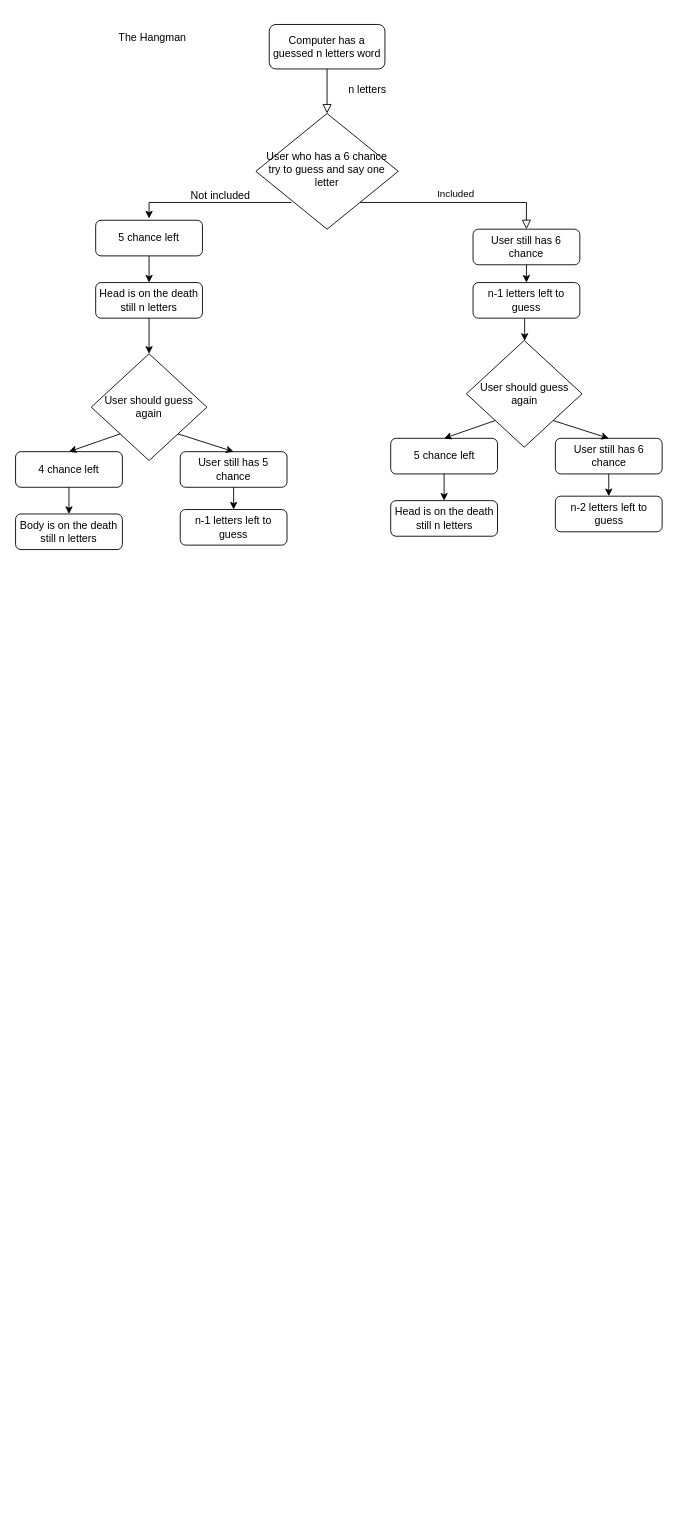
arzuunr/100_day_challenge keeps this draw.io diagram as beginner_projects/Untitled Diagram.drawio. Above is the earlier version. Source tidied: cells renumbered, new cells numbered last; positions are measured from the earlier drawing's top-left corner, leaving out a move shared by most shapes. Both pictures are drawn from the tidied source at 89%, with x=0, y=0 at pixel (15, 15).
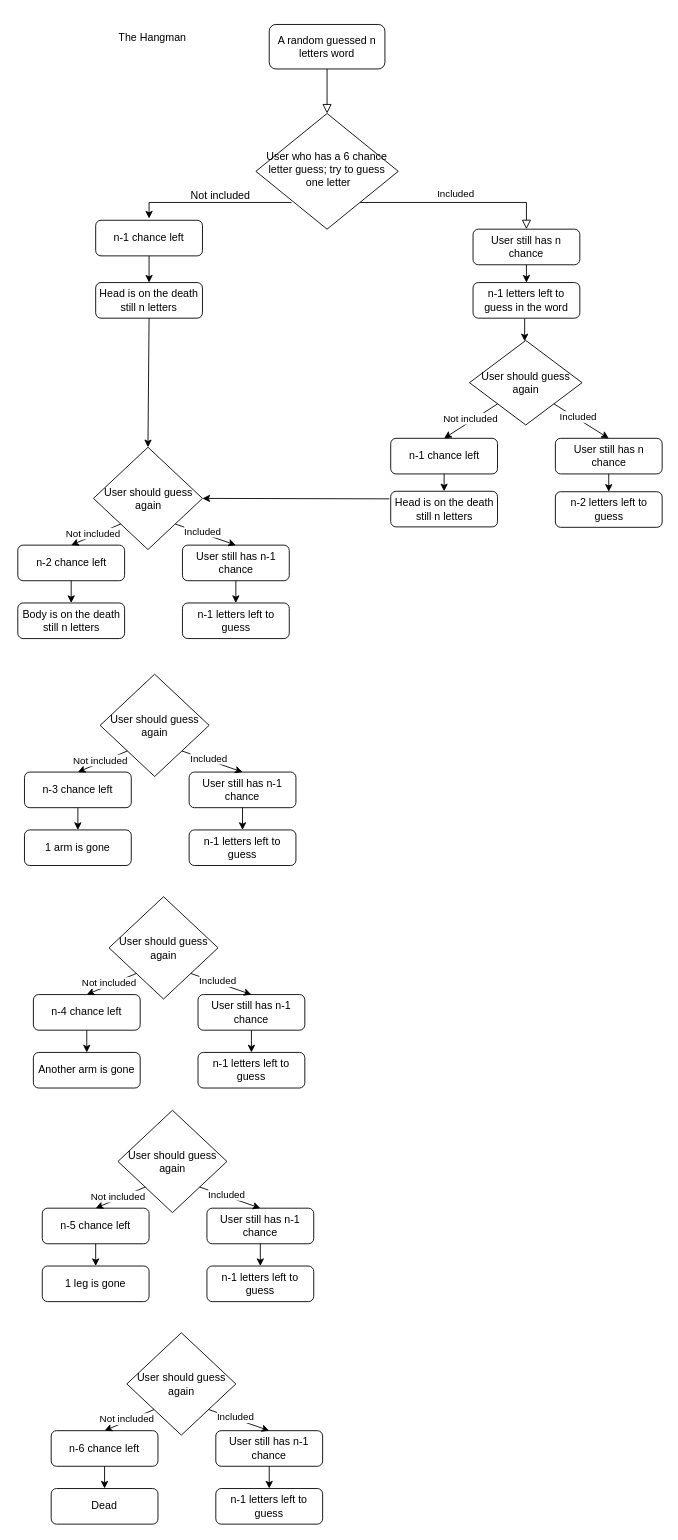
The same page after the edit.

The change refers to these unchanged cells:
```xml
<mxCell id="10" value="Head is on the death still n letters" style="rounded=1;whiteSpace=wrap;html=1;" parent="1" vertex="1">
  <mxGeometry x="90" y="300" width="120" height="40" as="geometry" />
</mxCell>
<mxCell id="24" style="endArrow=classic;html=1;rounded=0;entryX=0.5;entryY=0;entryDx=0;entryDy=0;exitX=1;exitY=1;exitDx=0;exitDy=0;" parent="1" edge="1" source="12" target="18">
  <mxGeometry relative="1" as="geometry" />
</mxCell>
<mxCell id="25" style="endArrow=classic;html=1;rounded=0;exitX=0;exitY=1;exitDx=0;exitDy=0;entryX=0.5;entryY=0;entryDx=0;entryDy=0;" parent="1" edge="1" source="12" target="21">
  <mxGeometry relative="1" as="geometry" />
</mxCell>
<mxCell id="33" style="endArrow=classic;html=1;rounded=0;entryX=0.5;entryY=0;entryDx=0;entryDy=0;exitX=1;exitY=1;exitDx=0;exitDy=0;" parent="1" edge="1" source="26" target="27">
  <mxGeometry relative="1" as="geometry" />
</mxCell>
<mxCell id="34" style="endArrow=classic;html=1;rounded=0;exitX=0;exitY=1;exitDx=0;exitDy=0;entryX=0.5;entryY=0;entryDx=0;entryDy=0;" parent="1" edge="1" source="26" target="30">
  <mxGeometry relative="1" as="geometry" />
</mxCell>
```

What changed in the source:
```diff
@@
-    <mxCell id="3" value="Computer has a guessed n letters word" style="rounded=1;whiteSpace=wrap;html=1;fontSize=12;glass=0;strokeWidth=1;shadow=0;" parent="1" vertex="1">
+    <mxCell id="3" value="A random guessed n letters word" style="rounded=1;whiteSpace=wrap;html=1;fontSize=12;glass=0;strokeWidth=1;shadow=0;" parent="1" vertex="1">
       <mxGeometry x="285" y="10" width="130" height="50" as="geometry" />
     </mxCell>
@@
-    <mxCell id="5" value="User who has a 6 chance try to guess and say one letter" style="rhombus;whiteSpace=wrap;html=1;shadow=0;fontFamily=Helvetica;fontSize=12;align=center;strokeWidth=1;spacing=6;spacingTop=-4;" parent="1" vertex="1">
+    <mxCell id="5" value="User who has a 6 chance letter guess; try to guess &amp;nbsp;one letter" style="rhombus;whiteSpace=wrap;html=1;shadow=0;fontFamily=Helvetica;fontSize=12;align=center;strokeWidth=1;spacing=6;spacingTop=-4;" parent="1" vertex="1">
       <mxGeometry x="270" y="110" width="160" height="130" as="geometry" />
     </mxCell>
-    <mxCell id="6" value="User still has 6 chance" style="rounded=1;whiteSpace=wrap;html=1;fontSize=12;glass=0;strokeWidth=1;shadow=0;" parent="1" vertex="1">
+    <mxCell id="6" value="User still has n chance" style="rounded=1;whiteSpace=wrap;html=1;fontSize=12;glass=0;strokeWidth=1;shadow=0;" parent="1" vertex="1">
       <mxGeometry x="514" y="240" width="120" height="40" as="geometry" />
     </mxCell>
@@
-    <mxCell id="8" value="5 chance left" style="rounded=1;whiteSpace=wrap;html=1;" parent="1" vertex="1">
+    <mxCell id="8" value="n-1 chance left" style="rounded=1;whiteSpace=wrap;html=1;" parent="1" vertex="1">
       <mxGeometry x="90" y="230" width="120" height="40" as="geometry" />
     </mxCell>
@@
     <mxCell id="12" value="User should guess again" style="rhombus;whiteSpace=wrap;html=1;" parent="1" vertex="1">
-      <mxGeometry x="85" y="380" width="130" height="120" as="geometry" />
+      <mxGeometry x="87.5" y="485" width="122.5" height="115" as="geometry" />
     </mxCell>
-    <mxCell id="13" style="endArrow=classic;html=1;rounded=0;entryX=0.5;entryY=0;entryDx=0;entryDy=0;" parent="1" edge="1" target="12">
-      <mxGeometry relative="1" as="geometry">
-        <mxPoint x="150" y="340" as="sourcePoint" />
-      </mxGeometry>
-    </mxCell>
@@
-    <mxCell id="15" value="n-1 letters left to guess" style="rounded=1;whiteSpace=wrap;html=1;" parent="1" vertex="1">
+    <mxCell id="15" value="n-1 letters left to guess in the word" style="rounded=1;whiteSpace=wrap;html=1;" parent="1" vertex="1">
       <mxGeometry x="514" y="300" width="120" height="40" as="geometry" />
     </mxCell>
@@
-    <mxCell id="17" value="n letters" style="text;html=1;align=center;verticalAlign=middle;strokeColor=none;fillColor=none;" parent="1" vertex="1">
-      <mxGeometry x="360" y="68" width="70" height="30" as="geometry" />
-    </mxCell>
-    <mxCell id="18" value="User still has 5 chance" style="rounded=1;whiteSpace=wrap;html=1;fontSize=12;glass=0;strokeWidth=1;shadow=0;" parent="1" vertex="1">
-      <mxGeometry x="185" y="490" width="120" height="40" as="geometry" />
+    <mxCell id="18" value="User still has n-1 chance" style="rounded=1;whiteSpace=wrap;html=1;fontSize=12;glass=0;strokeWidth=1;shadow=0;" parent="1" vertex="1">
+      <mxGeometry x="187.5" y="595" width="120" height="40" as="geometry" />
     </mxCell>
     <mxCell id="19" value="n-1 letters left to guess" style="rounded=1;whiteSpace=wrap;html=1;" parent="1" vertex="1">
-      <mxGeometry x="185" y="555" width="120" height="40" as="geometry" />
+      <mxGeometry x="187.5" y="660" width="120" height="40" as="geometry" />
     </mxCell>
@@
-    <mxCell id="21" value="4 chance left" style="rounded=1;whiteSpace=wrap;html=1;" parent="1" vertex="1">
-      <mxGeometry y="490" width="120" height="40" as="geometry" />
+    <mxCell id="21" value="n-2 chance left" style="rounded=1;whiteSpace=wrap;html=1;" parent="1" vertex="1">
+      <mxGeometry x="2.5" y="595" width="120" height="40" as="geometry" />
     </mxCell>
     <mxCell id="22" value="Body is on the death still n letters" style="rounded=1;whiteSpace=wrap;html=1;" parent="1" vertex="1">
-      <mxGeometry y="560" width="120" height="40" as="geometry" />
+      <mxGeometry x="2.5" y="660" width="120" height="40" as="geometry" />
     </mxCell>
     <mxCell id="23" style="endArrow=classic;html=1;rounded=0;entryX=0.5;entryY=0;entryDx=0;entryDy=0;" parent="1" edge="1" target="22">
       <mxGeometry relative="1" as="geometry">
-        <mxPoint x="60" y="530" as="sourcePoint" />
+        <mxPoint x="62.5" y="635" as="sourcePoint" />
       </mxGeometry>
     </mxCell>
@@
+    <mxCell id="36" value="Included" style="edgeLabel;html=1;align=center;verticalAlign=middle;" parent="24" vertex="1">
+      <mxGeometry x="-0.14" y="2" relative="1" as="geometry" />
+    </mxCell>
@@
+    <mxCell id="37" value="Not included" style="edgeLabel;html=1;align=center;verticalAlign=middle;" parent="25" vertex="1">
+      <mxGeometry x="0.14" y="-3" relative="1" as="geometry">
+        <mxPoint x="1" as="offset" />
+      </mxGeometry>
+    </mxCell>
     <mxCell id="26" value="User should guess again" style="rhombus;whiteSpace=wrap;html=1;" parent="1" vertex="1">
-      <mxGeometry x="506.5" y="365" width="130" height="120" as="geometry" />
+      <mxGeometry x="510" y="365" width="126.5" height="95" as="geometry" />
     </mxCell>
-    <mxCell id="27" value="User still has 6 chance" style="rounded=1;whiteSpace=wrap;html=1;fontSize=12;glass=0;strokeWidth=1;shadow=0;" parent="1" vertex="1">
+    <mxCell id="27" value="User still has n chance" style="rounded=1;whiteSpace=wrap;html=1;fontSize=12;glass=0;strokeWidth=1;shadow=0;" parent="1" vertex="1">
       <mxGeometry x="606.5" y="475" width="120" height="40" as="geometry" />
     </mxCell>
     <mxCell id="28" value="n-2 letters left to guess" style="rounded=1;whiteSpace=wrap;html=1;" parent="1" vertex="1">
-      <mxGeometry x="606.5" y="540" width="120" height="40" as="geometry" />
+      <mxGeometry x="606.5" y="535" width="120" height="40" as="geometry" />
     </mxCell>
@@
-    <mxCell id="30" value="5 chance left" style="rounded=1;whiteSpace=wrap;html=1;" parent="1" vertex="1">
+    <mxCell id="30" value="n-1 chance left" style="rounded=1;whiteSpace=wrap;html=1;" parent="1" vertex="1">
       <mxGeometry x="421.5" y="475" width="120" height="40" as="geometry" />
     </mxCell>
     <mxCell id="31" value="Head is on the death still n letters" style="rounded=1;whiteSpace=wrap;html=1;" parent="1" vertex="1">
-      <mxGeometry x="421.5" y="545" width="120" height="40" as="geometry" />
+      <mxGeometry x="421.5" y="534.5" width="120" height="40" as="geometry" />
     </mxCell>
@@
+    <mxCell id="38" value="Included" style="edgeLabel;html=1;align=center;verticalAlign=middle;" parent="33" vertex="1">
+      <mxGeometry x="-0.16" y="3" relative="1" as="geometry">
+        <mxPoint x="-1" as="offset" />
+      </mxGeometry>
+    </mxCell>
@@
+    <mxCell id="39" value="Not included" style="edgeLabel;html=1;align=center;verticalAlign=middle;" parent="34" vertex="1">
+      <mxGeometry x="-0.02" y="-3" relative="1" as="geometry" />
+    </mxCell>
@@
+    <mxCell id="40" style="endArrow=classic;html=1;rounded=0;exitX=0.5;exitY=1;exitDx=0;exitDy=0;entryX=0.5;entryY=0;entryDx=0;entryDy=0;" parent="1" edge="1" source="10" target="12">
+      <mxGeometry relative="1" as="geometry" />
+    </mxCell>
+    <mxCell id="41" style="endArrow=classic;html=1;rounded=0;entryX=1;entryY=0.5;entryDx=0;entryDy=0;" parent="1" edge="1" target="12">
+      <mxGeometry relative="1" as="geometry">
+        <mxPoint x="420" y="543" as="sourcePoint" />
+      </mxGeometry>
+    </mxCell>
+    <mxCell id="42" value="User should guess again" style="rhombus;whiteSpace=wrap;html=1;" parent="1" vertex="1">
+      <mxGeometry x="95" y="740" width="122.5" height="115" as="geometry" />
+    </mxCell>
+    <mxCell id="43" value="User still has n-1 chance" style="rounded=1;whiteSpace=wrap;html=1;fontSize=12;glass=0;strokeWidth=1;shadow=0;" parent="1" vertex="1">
+      <mxGeometry x="195" y="850" width="120" height="40" as="geometry" />
+    </mxCell>
+    <mxCell id="44" value="n-1 letters left to guess" style="rounded=1;whiteSpace=wrap;html=1;" parent="1" vertex="1">
+      <mxGeometry x="195" y="915" width="120" height="40" as="geometry" />
+    </mxCell>
+    <mxCell id="45" style="endArrow=classic;html=1;rounded=0;entryX=0.5;entryY=0;entryDx=0;entryDy=0;exitX=0.5;exitY=1;exitDx=0;exitDy=0;" parent="1" edge="1" source="43" target="44">
+      <mxGeometry relative="1" as="geometry" />
+    </mxCell>
+    <mxCell id="46" value="n-3 chance left" style="rounded=1;whiteSpace=wrap;html=1;" parent="1" vertex="1">
+      <mxGeometry x="10" y="850" width="120" height="40" as="geometry" />
+    </mxCell>
+    <mxCell id="47" value="1 arm is gone" style="rounded=1;whiteSpace=wrap;html=1;" parent="1" vertex="1">
+      <mxGeometry x="10" y="915" width="120" height="40" as="geometry" />
+    </mxCell>
+    <mxCell id="48" style="endArrow=classic;html=1;rounded=0;entryX=0.5;entryY=0;entryDx=0;entryDy=0;" parent="1" edge="1" target="47">
+      <mxGeometry relative="1" as="geometry">
+        <mxPoint x="70" y="890" as="sourcePoint" />
+      </mxGeometry>
+    </mxCell>
+    <mxCell id="49" style="endArrow=classic;html=1;rounded=0;entryX=0.5;entryY=0;entryDx=0;entryDy=0;exitX=1;exitY=1;exitDx=0;exitDy=0;" parent="1" edge="1" source="42" target="43">
+      <mxGeometry relative="1" as="geometry" />
+    </mxCell>
+    <mxCell id="50" value="Included" style="edgeLabel;html=1;align=center;verticalAlign=middle;" parent="49" vertex="1">
+      <mxGeometry x="-0.14" y="2" relative="1" as="geometry" />
+    </mxCell>
+    <mxCell id="51" style="endArrow=classic;html=1;rounded=0;exitX=0;exitY=1;exitDx=0;exitDy=0;entryX=0.5;entryY=0;entryDx=0;entryDy=0;" parent="1" edge="1" source="42" target="46">
+      <mxGeometry relative="1" as="geometry" />
+    </mxCell>
+    <mxCell id="52" value="Not included" style="edgeLabel;html=1;align=center;verticalAlign=middle;" parent="51" vertex="1">
+      <mxGeometry x="0.14" y="-3" relative="1" as="geometry">
+        <mxPoint x="1" as="offset" />
+      </mxGeometry>
+    </mxCell>
+    <mxCell id="53" value="User should guess again" style="rhombus;whiteSpace=wrap;html=1;" parent="1" vertex="1">
+      <mxGeometry x="105" y="990" width="122.5" height="115" as="geometry" />
+    </mxCell>
+    <mxCell id="54" value="User still has n-1 chance" style="rounded=1;whiteSpace=wrap;html=1;fontSize=12;glass=0;strokeWidth=1;shadow=0;" parent="1" vertex="1">
+      <mxGeometry x="205" y="1100" width="120" height="40" as="geometry" />
+    </mxCell>
+    <mxCell id="55" value="n-1 letters left to guess" style="rounded=1;whiteSpace=wrap;html=1;" parent="1" vertex="1">
+      <mxGeometry x="205" y="1165" width="120" height="40" as="geometry" />
+    </mxCell>
+    <mxCell id="56" style="endArrow=classic;html=1;rounded=0;entryX=0.5;entryY=0;entryDx=0;entryDy=0;exitX=0.5;exitY=1;exitDx=0;exitDy=0;" parent="1" edge="1" source="54" target="55">
+      <mxGeometry relative="1" as="geometry" />
+    </mxCell>
+    <mxCell id="57" value="n-4 chance left" style="rounded=1;whiteSpace=wrap;html=1;" parent="1" vertex="1">
+      <mxGeometry x="20" y="1100" width="120" height="40" as="geometry" />
+    </mxCell>
+    <mxCell id="58" value="Another arm is gone" style="rounded=1;whiteSpace=wrap;html=1;" parent="1" vertex="1">
+      <mxGeometry x="20" y="1165" width="120" height="40" as="geometry" />
+    </mxCell>
+    <mxCell id="59" style="endArrow=classic;html=1;rounded=0;entryX=0.5;entryY=0;entryDx=0;entryDy=0;" parent="1" edge="1" target="58">
+      <mxGeometry relative="1" as="geometry">
+        <mxPoint x="80" y="1140" as="sourcePoint" />
+      </mxGeometry>
+    </mxCell>
+    <mxCell id="60" style="endArrow=classic;html=1;rounded=0;entryX=0.5;entryY=0;entryDx=0;entryDy=0;exitX=1;exitY=1;exitDx=0;exitDy=0;" parent="1" edge="1" source="53" target="54">
+      <mxGeometry relative="1" as="geometry" />
+    </mxCell>
+    <mxCell id="61" value="Included" style="edgeLabel;html=1;align=center;verticalAlign=middle;" parent="60" vertex="1">
+      <mxGeometry x="-0.14" y="2" relative="1" as="geometry" />
+    </mxCell>
+    <mxCell id="62" style="endArrow=classic;html=1;rounded=0;exitX=0;exitY=1;exitDx=0;exitDy=0;entryX=0.5;entryY=0;entryDx=0;entryDy=0;" parent="1" edge="1" source="53" target="57">
+      <mxGeometry relative="1" as="geometry" />
+    </mxCell>
+    <mxCell id="63" value="Not included" style="edgeLabel;html=1;align=center;verticalAlign=middle;" parent="62" vertex="1">
+      <mxGeometry x="0.14" y="-3" relative="1" as="geometry">
+        <mxPoint x="1" as="offset" />
+      </mxGeometry>
+    </mxCell>
+    <mxCell id="64" value="User should guess again" style="rhombus;whiteSpace=wrap;html=1;" parent="1" vertex="1">
+      <mxGeometry x="115" y="1230" width="122.5" height="115" as="geometry" />
+    </mxCell>
+    <mxCell id="65" value="User still has n-1 chance" style="rounded=1;whiteSpace=wrap;html=1;fontSize=12;glass=0;strokeWidth=1;shadow=0;" parent="1" vertex="1">
+      <mxGeometry x="215" y="1340" width="120" height="40" as="geometry" />
+    </mxCell>
+    <mxCell id="66" value="n-1 letters left to guess" style="rounded=1;whiteSpace=wrap;html=1;" parent="1" vertex="1">
+      <mxGeometry x="215" y="1405" width="120" height="40" as="geometry" />
+    </mxCell>
+    <mxCell id="67" style="endArrow=classic;html=1;rounded=0;entryX=0.5;entryY=0;entryDx=0;entryDy=0;exitX=0.5;exitY=1;exitDx=0;exitDy=0;" parent="1" edge="1" source="65" target="66">
+      <mxGeometry relative="1" as="geometry" />
+    </mxCell>
+    <mxCell id="68" value="n-5 chance left" style="rounded=1;whiteSpace=wrap;html=1;" parent="1" vertex="1">
+      <mxGeometry x="30" y="1340" width="120" height="40" as="geometry" />
+    </mxCell>
+    <mxCell id="69" value="1 leg is gone" style="rounded=1;whiteSpace=wrap;html=1;" parent="1" vertex="1">
+      <mxGeometry x="30" y="1405" width="120" height="40" as="geometry" />
+    </mxCell>
+    <mxCell id="70" style="endArrow=classic;html=1;rounded=0;entryX=0.5;entryY=0;entryDx=0;entryDy=0;" parent="1" edge="1" target="69">
+      <mxGeometry relative="1" as="geometry">
+        <mxPoint x="90" y="1380" as="sourcePoint" />
+      </mxGeometry>
+    </mxCell>
+    <mxCell id="71" style="endArrow=classic;html=1;rounded=0;entryX=0.5;entryY=0;entryDx=0;entryDy=0;exitX=1;exitY=1;exitDx=0;exitDy=0;" parent="1" edge="1" source="64" target="65">
+      <mxGeometry relative="1" as="geometry" />
+    </mxCell>
+    <mxCell id="72" value="Included" style="edgeLabel;html=1;align=center;verticalAlign=middle;" parent="71" vertex="1">
+      <mxGeometry x="-0.14" y="2" relative="1" as="geometry" />
+    </mxCell>
+    <mxCell id="73" style="endArrow=classic;html=1;rounded=0;exitX=0;exitY=1;exitDx=0;exitDy=0;entryX=0.5;entryY=0;entryDx=0;entryDy=0;" parent="1" edge="1" source="64" target="68">
+      <mxGeometry relative="1" as="geometry" />
+    </mxCell>
+    <mxCell id="74" value="Not included" style="edgeLabel;html=1;align=center;verticalAlign=middle;" parent="73" vertex="1">
+      <mxGeometry x="0.14" y="-3" relative="1" as="geometry">
+        <mxPoint x="1" as="offset" />
+      </mxGeometry>
+    </mxCell>
+    <mxCell id="75" value="User should guess again" style="rhombus;whiteSpace=wrap;html=1;" parent="1" vertex="1">
+      <mxGeometry x="125" y="1480" width="122.5" height="115" as="geometry" />
+    </mxCell>
+    <mxCell id="76" value="User still has n-1 chance" style="rounded=1;whiteSpace=wrap;html=1;fontSize=12;glass=0;strokeWidth=1;shadow=0;" parent="1" vertex="1">
+      <mxGeometry x="225" y="1590" width="120" height="40" as="geometry" />
+    </mxCell>
+    <mxCell id="77" value="n-1 letters left to guess" style="rounded=1;whiteSpace=wrap;html=1;" parent="1" vertex="1">
+      <mxGeometry x="225" y="1655" width="120" height="40" as="geometry" />
+    </mxCell>
+    <mxCell id="78" style="endArrow=classic;html=1;rounded=0;entryX=0.5;entryY=0;entryDx=0;entryDy=0;exitX=0.5;exitY=1;exitDx=0;exitDy=0;" parent="1" edge="1" source="76" target="77">
+      <mxGeometry relative="1" as="geometry" />
+    </mxCell>
+    <mxCell id="79" value="n-6 chance left" style="rounded=1;whiteSpace=wrap;html=1;" parent="1" vertex="1">
+      <mxGeometry x="40" y="1590" width="120" height="40" as="geometry" />
+    </mxCell>
+    <mxCell id="80" value="Dead" style="rounded=1;whiteSpace=wrap;html=1;" parent="1" vertex="1">
+      <mxGeometry x="40" y="1655" width="120" height="40" as="geometry" />
+    </mxCell>
+    <mxCell id="81" style="endArrow=classic;html=1;rounded=0;entryX=0.5;entryY=0;entryDx=0;entryDy=0;" parent="1" edge="1" target="80">
+      <mxGeometry relative="1" as="geometry">
+        <mxPoint x="100" y="1630" as="sourcePoint" />
+      </mxGeometry>
+    </mxCell>
+    <mxCell id="82" style="endArrow=classic;html=1;rounded=0;entryX=0.5;entryY=0;entryDx=0;entryDy=0;exitX=1;exitY=1;exitDx=0;exitDy=0;" parent="1" edge="1" source="75" target="76">
+      <mxGeometry relative="1" as="geometry" />
+    </mxCell>
+    <mxCell id="83" value="Included" style="edgeLabel;html=1;align=center;verticalAlign=middle;" parent="82" vertex="1">
+      <mxGeometry x="-0.14" y="2" relative="1" as="geometry" />
+    </mxCell>
+    <mxCell id="84" style="endArrow=classic;html=1;rounded=0;exitX=0;exitY=1;exitDx=0;exitDy=0;entryX=0.5;entryY=0;entryDx=0;entryDy=0;" parent="1" edge="1" source="75" target="79">
+      <mxGeometry relative="1" as="geometry" />
+    </mxCell>
+    <mxCell id="85" value="Not included" style="edgeLabel;html=1;align=center;verticalAlign=middle;" parent="84" vertex="1">
+      <mxGeometry x="0.14" y="-3" relative="1" as="geometry">
+        <mxPoint x="1" as="offset" />
+      </mxGeometry>
+    </mxCell>
```
